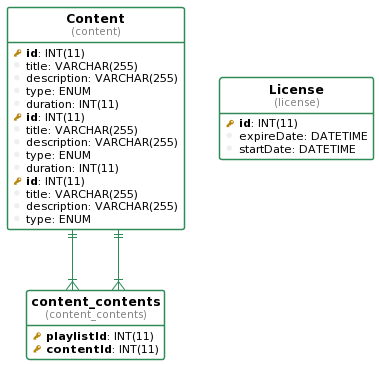
This is uml.png from vberistain/nestjs-graphql-typeorm-sti, a PlantUML export, as it was before one commit. The source it was exported from:
```plantuml
@startuml
!define table(ename, dbname) entity "<b>ename</b>\n<font size=10 color=gray>(dbname)</font>"

!define pkey(x) {field} <b><color:DarkGoldenRod><&key></color> x</b>
!define fkey(x) {field} <color:#AAAAAA><&key></color> x
!define column(x) {field} <color:#EFEFEF><&media-record></color> x

hide stereotypes
hide methods
hide circle

top to bottom direction

skinparam roundcorner 5
skinparam linetype ortho
skinparam shadowing false
skinparam handwritten false

skinparam class {
    BackgroundColor white
    ArrowColor seagreen
    BorderColor seagreen
}


table( Content, content ) as content {
  pkey( id ): INT(11)
  column( title ): VARCHAR(255)
  column( description ): VARCHAR(255)
  column( type ): ENUM
  column( duration ): INT(11)
}

table( Movie, content ) as content {
  pkey( id ): INT(11)
  column( title ): VARCHAR(255)
  column( description ): VARCHAR(255)
  column( type ): ENUM
  column( duration ): INT(11)
}

table( Playlist, content ) as content {
  pkey( id ): INT(11)
  column( title ): VARCHAR(255)
  column( description ): VARCHAR(255)
  column( type ): ENUM
}

table( License, license ) as license {
  pkey( id ): INT(11)
  column( expireDate ): DATETIME
  column( startDate ): DATETIME
}

table( content_contents, content_contents ) as content_contents {
  pkey( playlistId ): INT(11)
  pkey( contentId ): INT(11)
}

"content" ||--|{ "content_contents"
"content" ||--|{ "content_contents"
@enduml
```
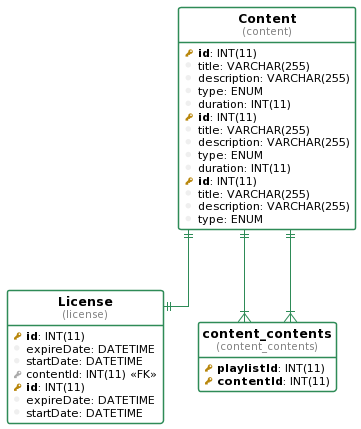
After the change.

The edit, as a diff of the source:
```diff
@@ -22,6 +22,13 @@
     BorderColor seagreen
 }
 
+
+table( License, license ) as license {
+  pkey( id ): INT(11)
+  column( expireDate ): DATETIME
+  column( startDate ): DATETIME
+  fkey( contentId ): INT(11) <<FK>>
+}
 
 table( Content, content ) as content {
   pkey( id ): INT(11)
@@ -57,6 +64,7 @@
   pkey( contentId ): INT(11)
 }
 
+"content" ||--|| "license"
 "content" ||--|{ "content_contents"
 "content" ||--|{ "content_contents"
 @enduml
```
